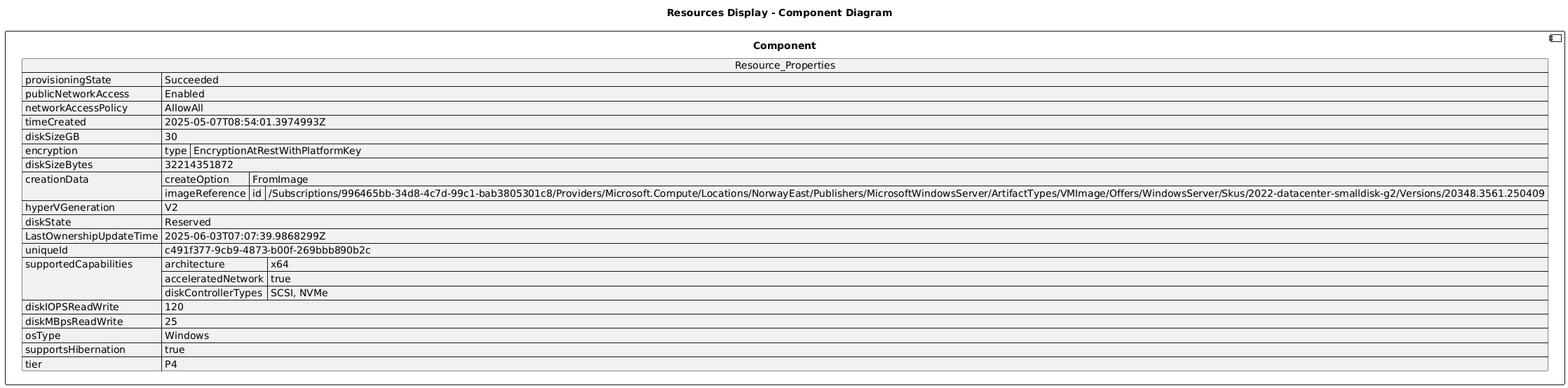
This is diagrams/bjsScaleset1_bf585774_OsDisk_1_c491f3779cb94873b00f269bbb890b2c.png from DanielAmpong/Test-Azure-architecture-diagram, a PlantUML export, as it was before one commit.
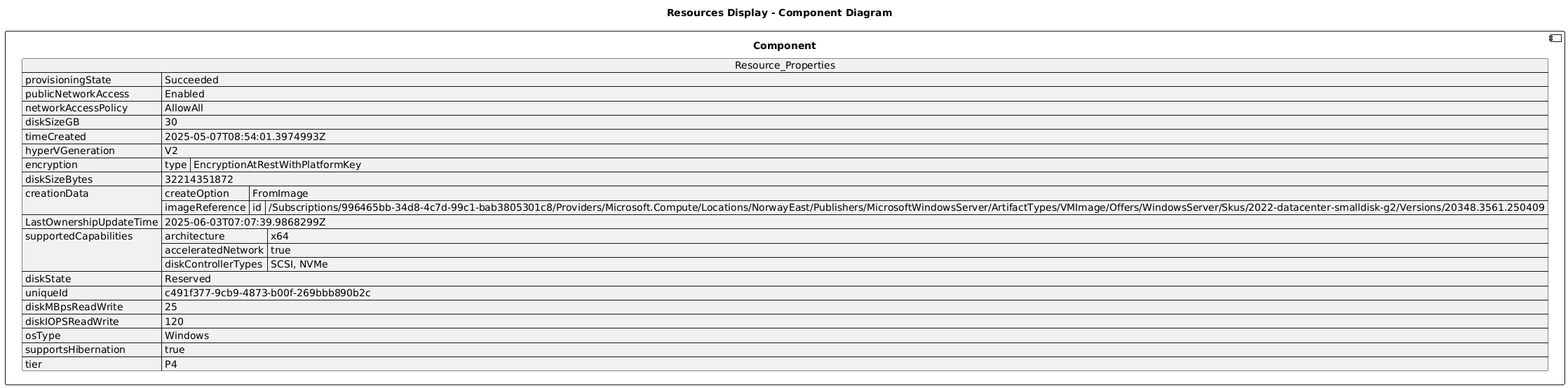
Above is the later version.

Diff of the diagram source:
```diff
@@ -8,8 +8,9 @@
   "provisioningState": "Succeeded",
   "publicNetworkAccess": "Enabled",
   "networkAccessPolicy": "AllowAll",
+  "diskSizeGB": 30,
   "timeCreated": "2025-05-07T08:54:01.3974993Z",
-  "diskSizeGB": 30,
+  "hyperVGeneration": "V2",
   "encryption": {
     "type": "EncryptionAtRestWithPlatformKey"
   },
@@ -20,17 +21,16 @@
       "id": "/Subscriptions/996465bb-34d8-4c7d-99c1-bab3805301c8/Providers/Microsoft.Compute/Locations/NorwayEast/Publishers/MicrosoftWindowsServer/ArtifactTypes/VMImage/Offers/WindowsServer/Skus/2022-datacenter-smalldisk-g2/Versions/20348.3561.250409"
     }
   },
-  "hyperVGeneration": "V2",
-  "diskState": "Reserved",
   "LastOwnershipUpdateTime": "2025-06-03T07:07:39.9868299Z",
-  "uniqueId": "c491f377-9cb9-4873-b00f-269bbb890b2c",
   "supportedCapabilities": {
     "architecture": "x64",
     "acceleratedNetwork": true,
     "diskControllerTypes": "SCSI, NVMe"
   },
+  "diskState": "Reserved",
+  "uniqueId": "c491f377-9cb9-4873-b00f-269bbb890b2c",
+  "diskMBpsReadWrite": 25,
   "diskIOPSReadWrite": 120,
-  "diskMBpsReadWrite": 25,
   "osType": "Windows",
   "supportsHibernation": true,
   "tier": "P4"
```
